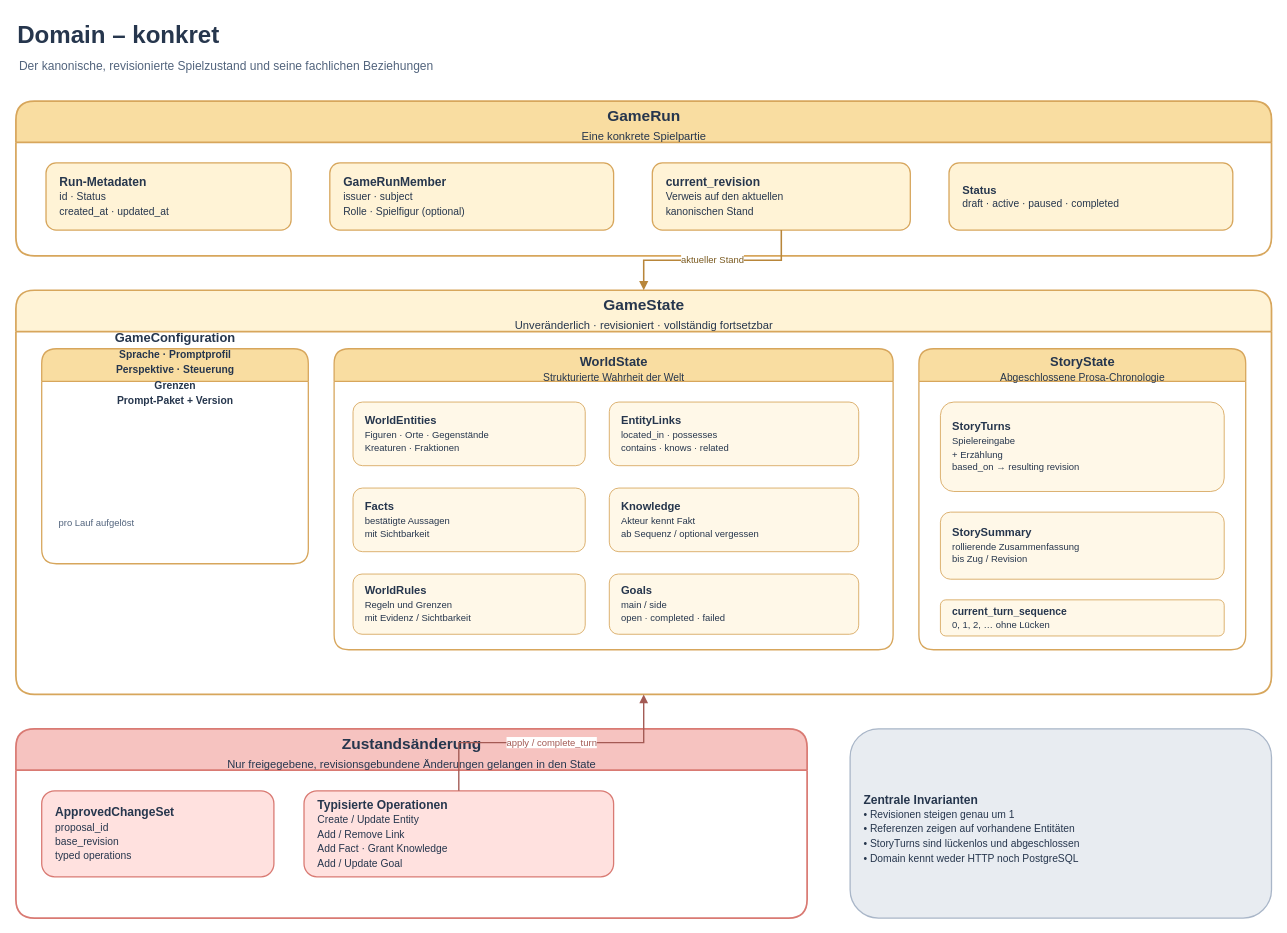
ukf-hoppmann/my_story_game keeps this draw.io diagram as page "Domain – konkret" (2 of 5) of docs/human/technical/architektur.drawio. Above is the earlier version. Source tidied: cells renumbered, new cells numbered last; positions are measured from the earlier drawing's top-left corner, leaving out a move shared by most shapes. Both pictures are drawn from the tidied source at 86%, with x=0, y=0 at pixel (15, 15).
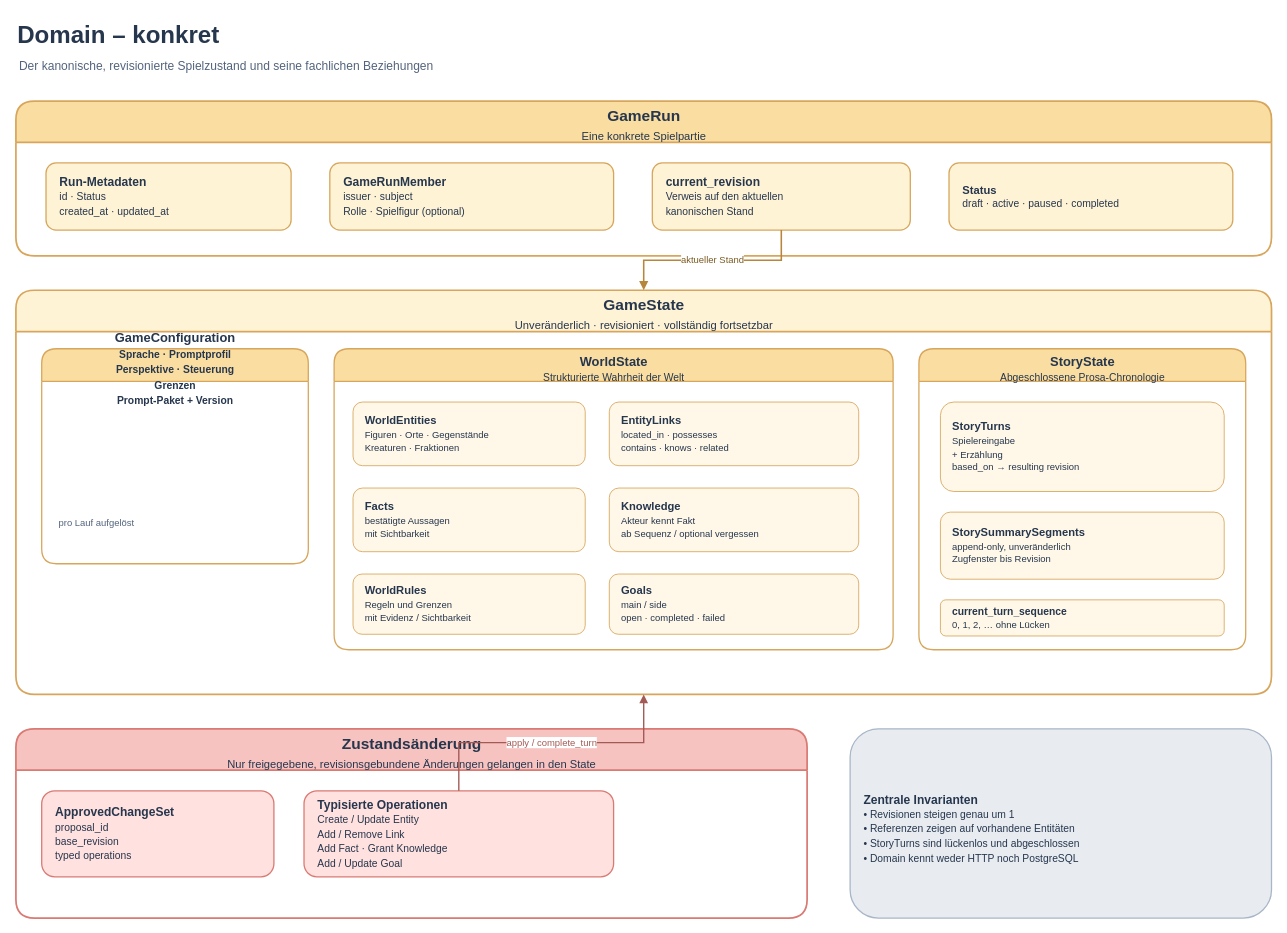
Above is the later version.

The change refers to these unchanged cells:
```xml
<mxCell id="19" value="&lt;b&gt;StoryState&lt;/b&gt;&lt;br&gt;&lt;font style=&quot;font-size:12px;font-weight:normal&quot;&gt;Abgeschlossene Prosa-Chronologie&lt;/font&gt;" style="swimlane;html=1;rounded=1;horizontal=1;startSize=38;fillColor=#F9DDA1;strokeColor=#D7A65C;strokeWidth=1.5;fontColor=#26364D;fontSize=15;fontStyle=1;spacingTop=8;" parent="9" vertex="1">
  <mxGeometry x="1050" y="68" width="380" height="350" as="geometry" />
</mxCell>
```

What changed in the source:
```diff
@@
-    <mxCell id="21" value="&lt;b&gt;StorySummary&lt;/b&gt;&lt;br&gt;&lt;font style=&quot;font-size:11px&quot;&gt;rollierende Zusammenfassung&lt;br&gt;bis Zug / Revision&lt;/font&gt;" style="rounded=1;whiteSpace=wrap;html=1;fillColor=#FFF8E8;strokeColor=#D7A65C;strokeWidth=1;fontColor=#26364D;fontSize=13;align=left;verticalAlign=middle;spacingLeft=12;" parent="19" vertex="1">
+    <mxCell id="21" value="&lt;b&gt;StorySummarySegments&lt;/b&gt;&lt;br&gt;&lt;font style=&quot;font-size:11px&quot;&gt;append-only, unveränderlich&lt;br&gt;Zugfenster bis Revision&lt;/font&gt;" style="rounded=1;whiteSpace=wrap;html=1;fillColor=#FFF8E8;strokeColor=#D7A65C;strokeWidth=1;fontColor=#26364D;fontSize=13;align=left;verticalAlign=middle;spacingLeft=12;" parent="19" vertex="1">
       <mxGeometry x="25" y="190" width="330" height="78" as="geometry" />
     </mxCell>
```
